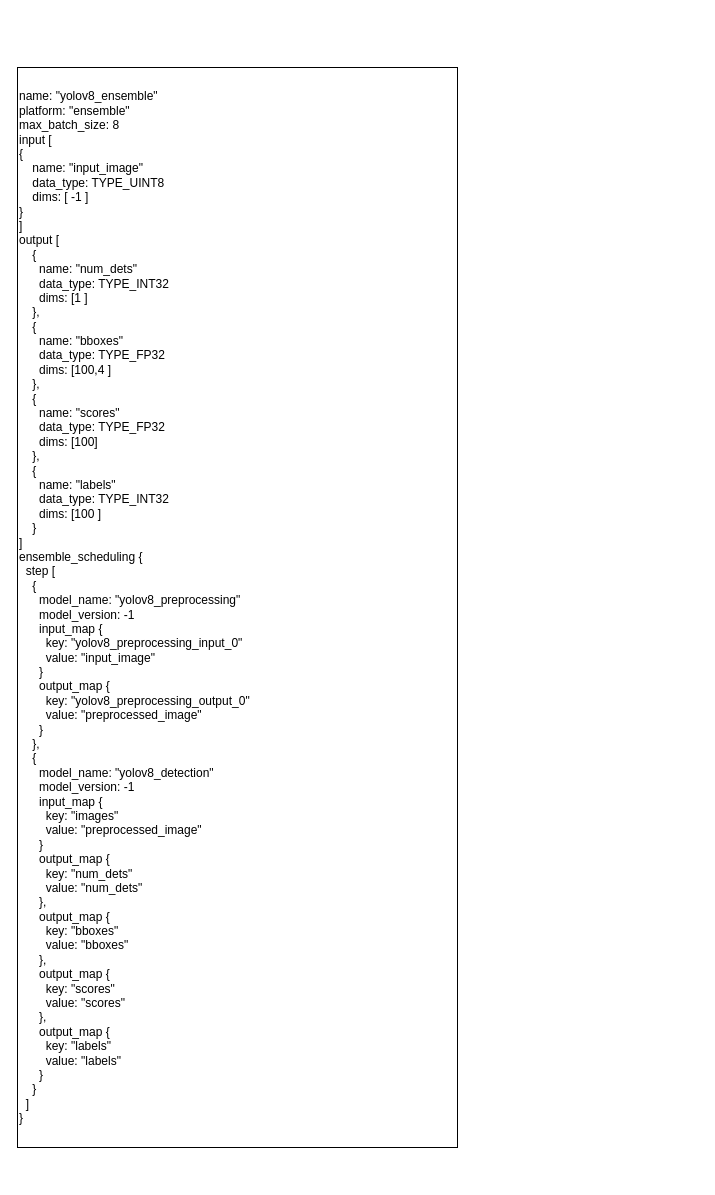
The draw.io diagram 未命名绘图.drawio in xiazi-yu/triton-server-read, before the edit. Source tidied: cells renumbered, new cells numbered last; positions are measured from the earlier drawing's top-left corner, leaving out a move shared by most shapes. Both pictures are drawn from the tidied source at 100%, with x=0, y=0 at pixel (17, 67).
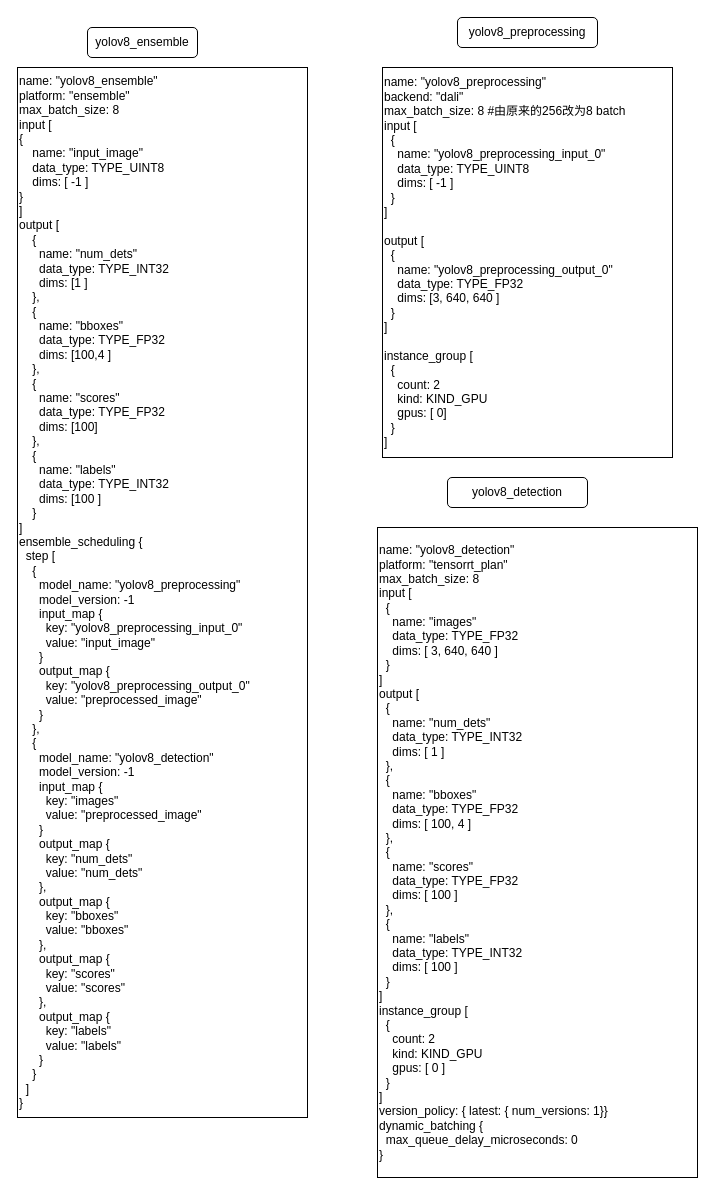
The same diagram, later.

Change to the diagram source:
```diff
@@
 <mxGraphModel>
   <root>
     <mxCell id="0" />
     <mxCell id="1" parent="0" />
     <mxCell id="2" value="&lt;div&gt;name: &quot;yolov8_ensemble&quot;&lt;/div&gt;&lt;div&gt;platform: &quot;ensemble&quot;&lt;/div&gt;&lt;div&gt;max_batch_size: 8&amp;nbsp;&lt;/div&gt;&lt;div&gt;input [&lt;/div&gt;&lt;div&gt;{&lt;/div&gt;&lt;div&gt;&amp;nbsp; &amp;nbsp; name: &quot;input_image&quot;&lt;/div&gt;&lt;div&gt;&amp;nbsp; &amp;nbsp; data_type: TYPE_UINT8&lt;/div&gt;&lt;div&gt;&amp;nbsp; &amp;nbsp; dims: [ -1 ]&lt;/div&gt;&lt;div&gt;}&lt;/div&gt;&lt;div&gt;]&lt;/div&gt;&lt;div&gt;output [&lt;/div&gt;&lt;div&gt;&amp;nbsp; &amp;nbsp; {&lt;/div&gt;&lt;div&gt;&amp;nbsp; &amp;nbsp; &amp;nbsp; name: &quot;num_dets&quot;&lt;/div&gt;&lt;div&gt;&amp;nbsp; &amp;nbsp; &amp;nbsp; data_type: TYPE_INT32&lt;/div&gt;&lt;div&gt;&amp;nbsp; &amp;nbsp; &amp;nbsp; dims: [1 ]&lt;/div&gt;&lt;div&gt;&amp;nbsp; &amp;nbsp; },&lt;/div&gt;&lt;div&gt;&amp;nbsp; &amp;nbsp; {&lt;/div&gt;&lt;div&gt;&amp;nbsp; &amp;nbsp; &amp;nbsp; name: &quot;bboxes&quot;&lt;/div&gt;&lt;div&gt;&amp;nbsp; &amp;nbsp; &amp;nbsp; data_type: TYPE_FP32&lt;/div&gt;&lt;div&gt;&amp;nbsp; &amp;nbsp; &amp;nbsp; dims: [100,4 ]&lt;/div&gt;&lt;div&gt;&amp;nbsp; &amp;nbsp; },&lt;/div&gt;&lt;div&gt;&amp;nbsp; &amp;nbsp; {&lt;/div&gt;&lt;div&gt;&amp;nbsp; &amp;nbsp; &amp;nbsp; name: &quot;scores&quot;&lt;/div&gt;&lt;div&gt;&amp;nbsp; &amp;nbsp; &amp;nbsp; data_type: TYPE_FP32&amp;nbsp;&lt;/div&gt;&lt;div&gt;&amp;nbsp; &amp;nbsp; &amp;nbsp; dims: [100]&lt;/div&gt;&lt;div&gt;&amp;nbsp; &amp;nbsp; },&lt;/div&gt;&lt;div&gt;&amp;nbsp; &amp;nbsp; {&lt;/div&gt;&lt;div&gt;&amp;nbsp; &amp;nbsp; &amp;nbsp; name: &quot;labels&quot;&lt;/div&gt;&lt;div&gt;&amp;nbsp; &amp;nbsp; &amp;nbsp; data_type: TYPE_INT32&lt;/div&gt;&lt;div&gt;&amp;nbsp; &amp;nbsp; &amp;nbsp; dims: [100 ]&lt;/div&gt;&lt;div&gt;&amp;nbsp; &amp;nbsp; }&lt;/div&gt;&lt;div&gt;]&lt;/div&gt;&lt;div&gt;ensemble_scheduling {&lt;/div&gt;&lt;div&gt;&amp;nbsp; step [&lt;/div&gt;&lt;div&gt;&amp;nbsp; &amp;nbsp; {&lt;/div&gt;&lt;div&gt;&amp;nbsp; &amp;nbsp; &amp;nbsp; model_name: &quot;yolov8_preprocessing&quot;&lt;/div&gt;&lt;div&gt;&amp;nbsp; &amp;nbsp; &amp;nbsp; model_version: -1&lt;/div&gt;&lt;div&gt;&amp;nbsp; &amp;nbsp; &amp;nbsp; input_map {&lt;/div&gt;&lt;div&gt;&amp;nbsp; &amp;nbsp; &amp;nbsp; &amp;nbsp; key: &quot;yolov8_preprocessing_input_0&quot;&lt;/div&gt;&lt;div&gt;&amp;nbsp; &amp;nbsp; &amp;nbsp; &amp;nbsp; value: &quot;input_image&quot;&lt;/div&gt;&lt;div&gt;&amp;nbsp; &amp;nbsp; &amp;nbsp; }&lt;/div&gt;&lt;div&gt;&amp;nbsp; &amp;nbsp; &amp;nbsp; output_map {&lt;/div&gt;&lt;div&gt;&amp;nbsp; &amp;nbsp; &amp;nbsp; &amp;nbsp; key: &quot;yolov8_preprocessing_output_0&quot;&lt;/div&gt;&lt;div&gt;&amp;nbsp; &amp;nbsp; &amp;nbsp; &amp;nbsp; value: &quot;preprocessed_image&quot;&lt;/div&gt;&lt;div&gt;&amp;nbsp; &amp;nbsp; &amp;nbsp; }&lt;/div&gt;&lt;div&gt;&amp;nbsp; &amp;nbsp; },&lt;/div&gt;&lt;div&gt;&amp;nbsp; &amp;nbsp; {&lt;/div&gt;&lt;div&gt;&amp;nbsp; &amp;nbsp; &amp;nbsp; model_name: &quot;yolov8_detection&quot;&lt;/div&gt;&lt;div&gt;&amp;nbsp; &amp;nbsp; &amp;nbsp; model_version: -1&lt;/div&gt;&lt;div&gt;&amp;nbsp; &amp;nbsp; &amp;nbsp; input_map {&lt;/div&gt;&lt;div&gt;&amp;nbsp; &amp;nbsp; &amp;nbsp; &amp;nbsp; key: &quot;images&quot;&lt;/div&gt;&lt;div&gt;&amp;nbsp; &amp;nbsp; &amp;nbsp; &amp;nbsp; value: &quot;preprocessed_image&quot;&lt;/div&gt;&lt;div&gt;&amp;nbsp; &amp;nbsp; &amp;nbsp; }&lt;/div&gt;&lt;div&gt;&amp;nbsp; &amp;nbsp; &amp;nbsp; output_map {&lt;/div&gt;&lt;div&gt;&amp;nbsp; &amp;nbsp; &amp;nbsp; &amp;nbsp; key: &quot;num_dets&quot;&lt;/div&gt;&lt;div&gt;&amp;nbsp; &amp;nbsp; &amp;nbsp; &amp;nbsp; value: &quot;num_dets&quot;&lt;/div&gt;&lt;div&gt;&amp;nbsp; &amp;nbsp; &amp;nbsp; },&lt;/div&gt;&lt;div&gt;&amp;nbsp; &amp;nbsp; &amp;nbsp; output_map {&lt;/div&gt;&lt;div&gt;&amp;nbsp; &amp;nbsp; &amp;nbsp; &amp;nbsp; key: &quot;bboxes&quot;&lt;/div&gt;&lt;div&gt;&amp;nbsp; &amp;nbsp; &amp;nbsp; &amp;nbsp; value: &quot;bboxes&quot;&lt;/div&gt;&lt;div&gt;&amp;nbsp; &amp;nbsp; &amp;nbsp; },&lt;/div&gt;&lt;div&gt;&amp;nbsp; &amp;nbsp; &amp;nbsp; output_map {&lt;/div&gt;&lt;div&gt;&amp;nbsp; &amp;nbsp; &amp;nbsp; &amp;nbsp; key: &quot;scores&quot;&lt;/div&gt;&lt;div&gt;&amp;nbsp; &amp;nbsp; &amp;nbsp; &amp;nbsp; value: &quot;scores&quot;&lt;/div&gt;&lt;div&gt;&amp;nbsp; &amp;nbsp; &amp;nbsp; },&lt;/div&gt;&lt;div&gt;&amp;nbsp; &amp;nbsp; &amp;nbsp; output_map {&lt;/div&gt;&lt;div&gt;&amp;nbsp; &amp;nbsp; &amp;nbsp; &amp;nbsp; key: &quot;labels&quot;&lt;/div&gt;&lt;div&gt;&amp;nbsp; &amp;nbsp; &amp;nbsp; &amp;nbsp; value: &quot;labels&quot;&lt;/div&gt;&lt;div&gt;&amp;nbsp; &amp;nbsp; &amp;nbsp; }&lt;/div&gt;&lt;div&gt;&amp;nbsp; &amp;nbsp; }&lt;/div&gt;&lt;div&gt;&amp;nbsp; ]&lt;/div&gt;&lt;div&gt;}&lt;/div&gt;" style="rounded=0;whiteSpace=wrap;html=1;align=left;" parent="1" vertex="1">
-      <mxGeometry width="440" height="1080" as="geometry" />
+      <mxGeometry width="290" height="1050" as="geometry" />
     </mxCell>
+    <mxCell id="3" value="&lt;div&gt;name: &quot;yolov8_preprocessing&quot;&lt;/div&gt;&lt;div&gt;backend: &quot;dali&quot;&lt;/div&gt;&lt;div&gt;max_batch_size: 8 #由原来的256改为8 batch&lt;/div&gt;&lt;div&gt;input [&lt;/div&gt;&lt;div&gt;&amp;nbsp; {&lt;/div&gt;&lt;div&gt;&amp;nbsp; &amp;nbsp; name: &quot;yolov8_preprocessing_input_0&quot;&lt;/div&gt;&lt;div&gt;&amp;nbsp; &amp;nbsp; data_type: TYPE_UINT8&lt;/div&gt;&lt;div&gt;&amp;nbsp; &amp;nbsp; dims: [ -1 ]&lt;/div&gt;&lt;div&gt;&amp;nbsp; }&lt;/div&gt;&lt;div&gt;]&lt;/div&gt;&lt;div&gt;&lt;br&gt;&lt;/div&gt;&lt;div&gt;output [&lt;/div&gt;&lt;div&gt;&amp;nbsp; {&lt;/div&gt;&lt;div&gt;&amp;nbsp; &amp;nbsp; name: &quot;yolov8_preprocessing_output_0&quot;&lt;/div&gt;&lt;div&gt;&amp;nbsp; &amp;nbsp; data_type: TYPE_FP32&lt;/div&gt;&lt;div&gt;&amp;nbsp; &amp;nbsp; dims: [3, 640, 640 ]&lt;/div&gt;&lt;div&gt;&amp;nbsp; }&lt;/div&gt;&lt;div&gt;]&lt;/div&gt;&lt;div&gt;&lt;br&gt;&lt;/div&gt;&lt;div&gt;instance_group [&lt;/div&gt;&lt;div&gt;&amp;nbsp; {&lt;/div&gt;&lt;div&gt;&amp;nbsp; &amp;nbsp; count: 2&lt;/div&gt;&lt;div&gt;&amp;nbsp; &amp;nbsp; kind: KIND_GPU&lt;/div&gt;&lt;div&gt;&amp;nbsp; &amp;nbsp; gpus: [ 0]&lt;/div&gt;&lt;div&gt;&amp;nbsp; }&lt;/div&gt;&lt;div&gt;]&lt;/div&gt;" style="rounded=0;whiteSpace=wrap;html=1;align=left;" parent="1" vertex="1">
+      <mxGeometry x="365" width="290" height="390" as="geometry" />
+    </mxCell>
+    <mxCell id="4" value="&lt;span style=&quot;text-align: left;&quot;&gt;yolov8_ensemble&lt;/span&gt;" style="rounded=1;whiteSpace=wrap;html=1;" parent="1" vertex="1">
+      <mxGeometry x="70" y="-40" width="110" height="30" as="geometry" />
+    </mxCell>
+    <mxCell id="5" value="&lt;span style=&quot;text-align: left;&quot;&gt;yolov8_preprocessing&lt;/span&gt;" style="rounded=1;whiteSpace=wrap;html=1;" parent="1" vertex="1">
+      <mxGeometry x="440" y="-50" width="140" height="30" as="geometry" />
+    </mxCell>
+    <mxCell id="6" value="&lt;div&gt;name: &quot;yolov8_detection&quot;&lt;/div&gt;&lt;div&gt;platform: &quot;tensorrt_plan&quot;&lt;/div&gt;&lt;div&gt;max_batch_size: 8&lt;/div&gt;&lt;div&gt;input [&lt;/div&gt;&lt;div&gt;&amp;nbsp; {&lt;/div&gt;&lt;div&gt;&amp;nbsp; &amp;nbsp; name: &quot;images&quot;&lt;/div&gt;&lt;div&gt;&amp;nbsp; &amp;nbsp; data_type: TYPE_FP32&lt;/div&gt;&lt;div&gt;&amp;nbsp; &amp;nbsp; dims: [ 3, 640, 640 ]&lt;/div&gt;&lt;div&gt;&amp;nbsp; }&lt;/div&gt;&lt;div&gt;]&lt;/div&gt;&lt;div&gt;output [&lt;/div&gt;&lt;div&gt;&amp;nbsp; {&lt;/div&gt;&lt;div&gt;&amp;nbsp; &amp;nbsp; name: &quot;num_dets&quot;&lt;/div&gt;&lt;div&gt;&amp;nbsp; &amp;nbsp; data_type: TYPE_INT32&lt;/div&gt;&lt;div&gt;&amp;nbsp; &amp;nbsp; dims: [ 1 ]&lt;/div&gt;&lt;div&gt;&amp;nbsp; },&lt;/div&gt;&lt;div&gt;&amp;nbsp; {&lt;/div&gt;&lt;div&gt;&amp;nbsp; &amp;nbsp; name: &quot;bboxes&quot;&lt;/div&gt;&lt;div&gt;&amp;nbsp; &amp;nbsp; data_type: TYPE_FP32&lt;/div&gt;&lt;div&gt;&amp;nbsp; &amp;nbsp; dims: [ 100, 4 ]&lt;/div&gt;&lt;div&gt;&amp;nbsp; },&lt;/div&gt;&lt;div&gt;&amp;nbsp; {&lt;/div&gt;&lt;div&gt;&amp;nbsp; &amp;nbsp; name: &quot;scores&quot;&lt;/div&gt;&lt;div&gt;&amp;nbsp; &amp;nbsp; data_type: TYPE_FP32&lt;/div&gt;&lt;div&gt;&amp;nbsp; &amp;nbsp; dims: [ 100 ]&lt;/div&gt;&lt;div&gt;&amp;nbsp; },&lt;/div&gt;&lt;div&gt;&amp;nbsp; {&lt;/div&gt;&lt;div&gt;&amp;nbsp; &amp;nbsp; name: &quot;labels&quot;&lt;/div&gt;&lt;div&gt;&amp;nbsp; &amp;nbsp; data_type: TYPE_INT32&lt;/div&gt;&lt;div&gt;&amp;nbsp; &amp;nbsp; dims: [ 100 ]&lt;/div&gt;&lt;div&gt;&amp;nbsp; }&lt;/div&gt;&lt;div&gt;]&lt;/div&gt;&lt;div&gt;instance_group [&lt;/div&gt;&lt;div&gt;&amp;nbsp; {&lt;/div&gt;&lt;div&gt;&amp;nbsp; &amp;nbsp; count: 2&lt;/div&gt;&lt;div&gt;&amp;nbsp; &amp;nbsp; kind: KIND_GPU&lt;/div&gt;&lt;div&gt;&amp;nbsp; &amp;nbsp; gpus: [ 0 ]&lt;/div&gt;&lt;div&gt;&amp;nbsp; }&lt;/div&gt;&lt;div&gt;]&lt;/div&gt;&lt;div&gt;version_policy: { latest: { num_versions: 1}}&lt;/div&gt;&lt;div&gt;dynamic_batching {&lt;/div&gt;&lt;div&gt;&amp;nbsp; max_queue_delay_microseconds: 0&lt;/div&gt;&lt;div&gt;}&lt;/div&gt;" style="rounded=0;whiteSpace=wrap;html=1;align=left;" parent="1" vertex="1">
+      <mxGeometry x="360" y="460" width="320" height="650" as="geometry" />
+    </mxCell>
+    <mxCell id="7" value="&lt;span style=&quot;text-align: left;&quot;&gt;yolov8_detection&lt;/span&gt;" style="rounded=1;whiteSpace=wrap;html=1;" parent="1" vertex="1">
+      <mxGeometry x="430" y="410" width="140" height="30" as="geometry" />
+    </mxCell>
   </root>
 </mxGraphModel>
```
